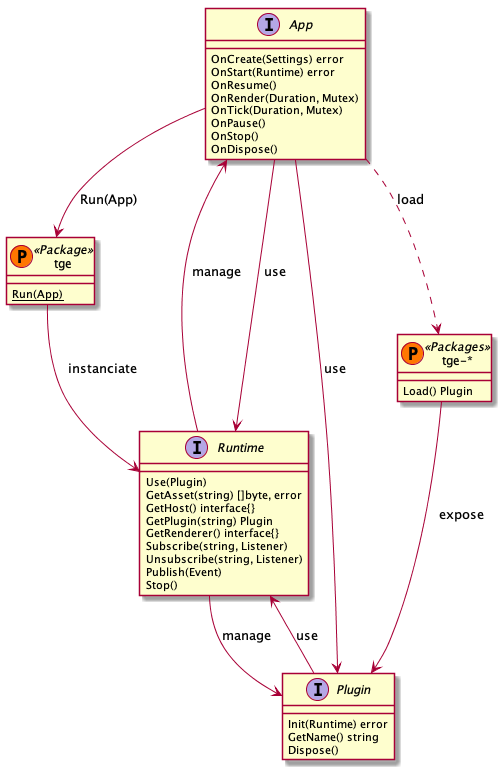
Earlier version of the PlantUML export specs/api.png (Thommil/tge).
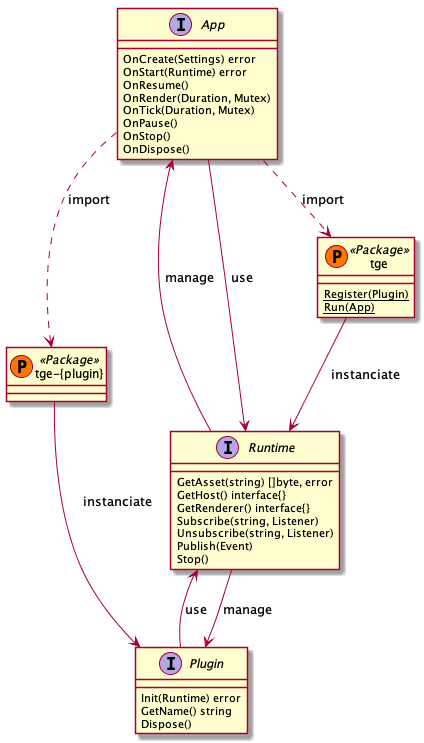
The same diagram one commit later.

What changed in the source:
```diff
@@ -11,14 +11,16 @@
 }
 
 class tge << (P,#FF7700) Package >> {
+    {static} Register(Plugin)
     {static} Run(App)
 }
 
+class "tge-{plugin}" << (P,#FF7700) Package >> {
+}
+
 interface Runtime {
-    Use(Plugin)
     GetAsset(string) []byte, error
     GetHost() interface{}
-    GetPlugin(string) Plugin
     GetRenderer() interface{}
     Subscribe(string, Listener)
 	Unsubscribe(string, Listener)
@@ -32,19 +34,15 @@
     Dispose()
 }
 
-class "tge-*" << (P,#FF7700) Packages >> {
-    Load() Plugin
-}
+App ..> tge : import
+App ..> "tge-{plugin}" : import
 
-App --> tge : Run(App)
-tge --> Runtime : instanciate
 App <-- Runtime : manage
 App --> Runtime : use
-App --> Plugin : use
+tge --> Runtime : instanciate
 
 Runtime --> Plugin : manage
 Plugin --> Runtime  : use
-"tge-*" --> Plugin : expose
-App ..> "tge-*" : load
+"tge-{plugin}" --> Plugin : instanciate
 
 @enduml
```
